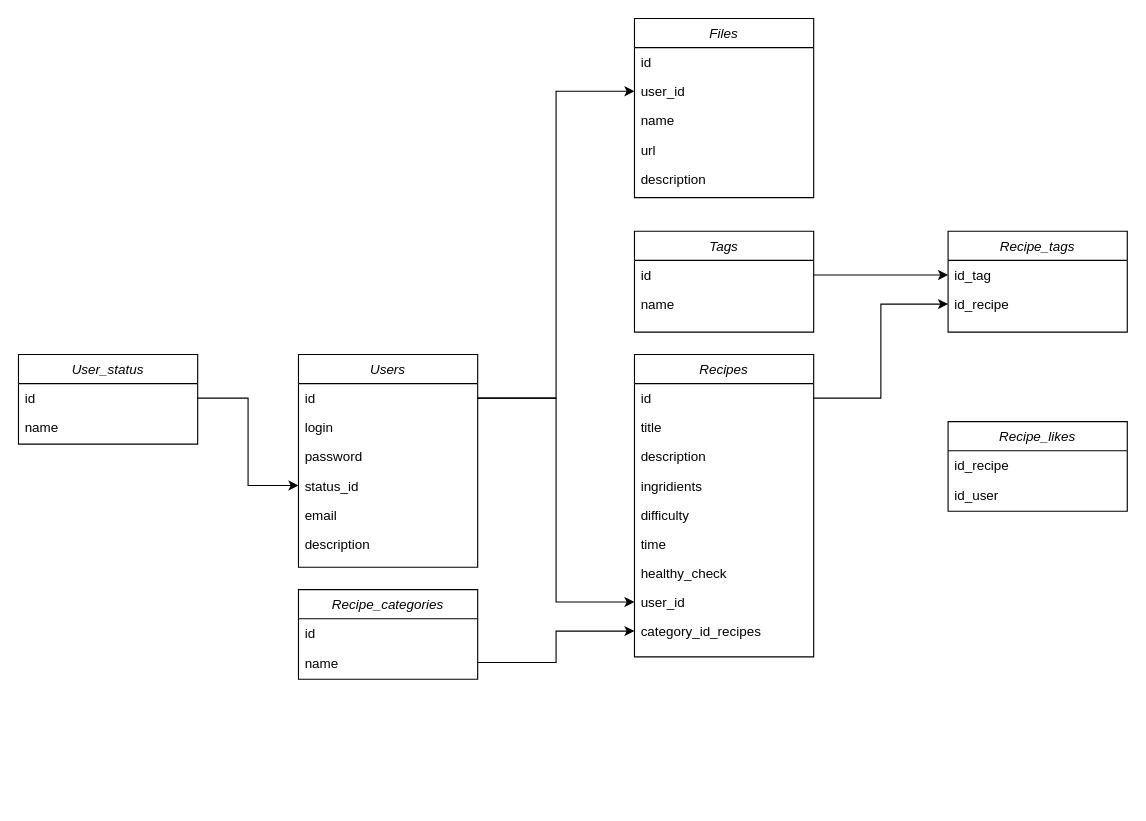
Before: sheet/Lemon.drawio in Unbipentiy/Lemon, a draw.io diagram. Source tidied: cells renumbered, new cells numbered last; positions are measured from the earlier drawing's top-left corner, leaving out a move shared by most shapes. Both pictures are drawn from the tidied source at 112%, with x=0, y=0 at pixel (18, 18).
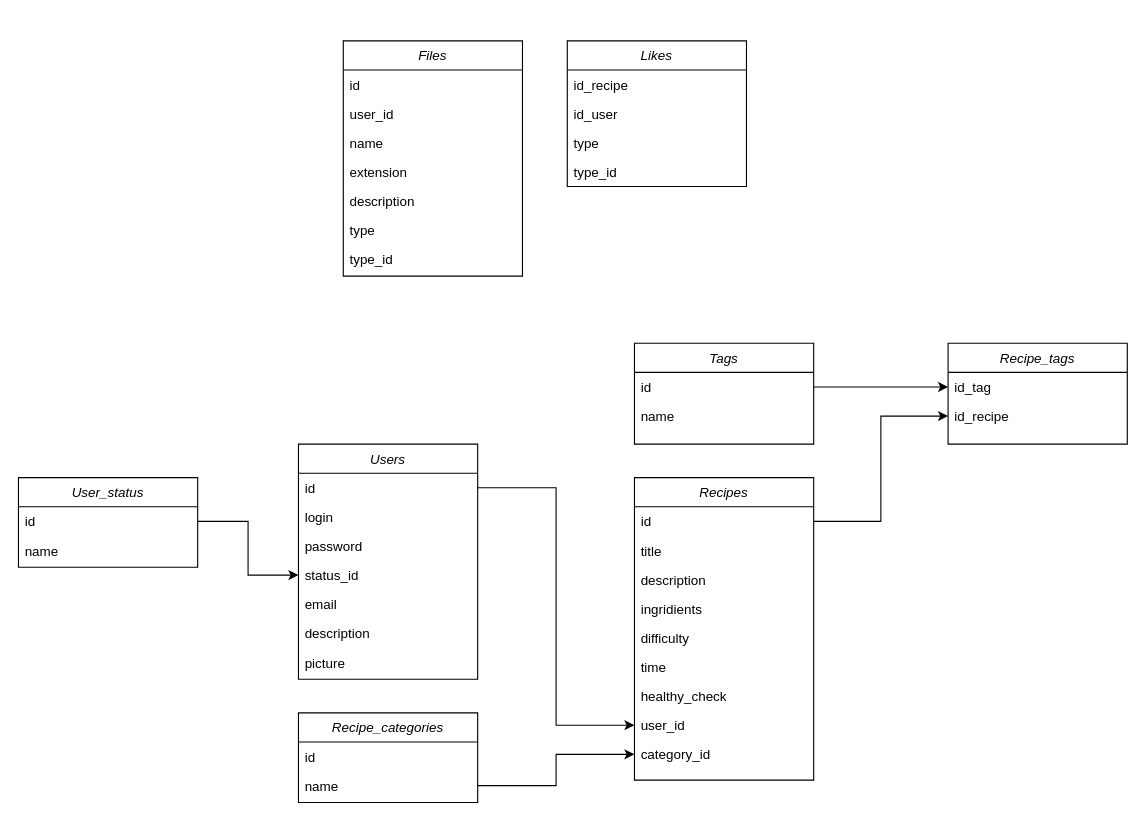
The same page after the edit.

The change refers to these unchanged cells:
```xml
<mxCell id="24" value="id" style="text;align=left;verticalAlign=top;spacingLeft=4;spacingRight=4;overflow=hidden;points=[[0,0.5],[1,0.5]];portConstraint=eastwest;" parent="23" vertex="1">
  <mxGeometry y="26" width="160" height="26" as="geometry" />
</mxCell>
<mxCell id="41" value="user_id" style="text;align=left;verticalAlign=top;spacingLeft=4;spacingRight=4;overflow=hidden;points=[[0,0.5],[1,0.5]];portConstraint=eastwest;rounded=0;shadow=0;html=0;" parent="39" vertex="1">
  <mxGeometry y="52" width="160" height="26" as="geometry" />
</mxCell>
```

What changed in the source:
```diff
@@
     <mxCell id="2" value="Recipes" style="swimlane;fontStyle=2;align=center;verticalAlign=top;horizontal=1;startSize=26;rounded=0;shadow=0;strokeWidth=1;" parent="1" vertex="1">
-      <mxGeometry x="550" y="300" width="160" height="270" as="geometry" />
+      <mxGeometry x="550" y="410" width="160" height="270" as="geometry" />
     </mxCell>
@@
-    <mxCell id="11" value="category_id_recipes" style="text;align=left;verticalAlign=top;spacingLeft=4;spacingRight=4;overflow=hidden;points=[[0,0.5],[1,0.5]];portConstraint=eastwest;rounded=0;shadow=0;html=0;" parent="2" vertex="1">
+    <mxCell id="11" value="category_id" style="text;align=left;verticalAlign=top;spacingLeft=4;spacingRight=4;overflow=hidden;points=[[0,0.5],[1,0.5]];portConstraint=eastwest;rounded=0;shadow=0;html=0;" parent="2" vertex="1">
       <mxGeometry y="234" width="160" height="26" as="geometry" />
     </mxCell>
     <mxCell id="12" value="Recipe_categories" style="swimlane;fontStyle=2;align=center;verticalAlign=top;horizontal=1;startSize=26;rounded=0;shadow=0;strokeWidth=1;" parent="1" vertex="1">
-      <mxGeometry x="250" y="510" width="160" height="80" as="geometry" />
+      <mxGeometry x="250" y="620" width="160" height="80" as="geometry" />
     </mxCell>
@@
     <mxCell id="15" value="Tags" style="swimlane;fontStyle=2;align=center;verticalAlign=top;horizontal=1;startSize=26;rounded=0;shadow=0;strokeWidth=1;" parent="1" vertex="1">
-      <mxGeometry x="550" y="190" width="160" height="90" as="geometry" />
+      <mxGeometry x="550" y="290" width="160" height="90" as="geometry" />
     </mxCell>
@@
     <mxCell id="18" value="Recipe_tags" style="swimlane;fontStyle=2;align=center;verticalAlign=top;horizontal=1;startSize=26;rounded=0;shadow=0;strokeWidth=1;" parent="1" vertex="1">
-      <mxGeometry x="830" y="190" width="160" height="90" as="geometry" />
+      <mxGeometry x="830" y="290" width="160" height="90" as="geometry" />
     </mxCell>
@@
     <mxCell id="23" value="Users" style="swimlane;fontStyle=2;align=center;verticalAlign=top;horizontal=1;startSize=26;rounded=0;shadow=0;strokeWidth=1;" parent="1" vertex="1">
-      <mxGeometry x="250" y="300" width="160" height="190" as="geometry" />
+      <mxGeometry x="250" y="380" width="160" height="210" as="geometry" />
     </mxCell>
@@
+    <mxCell id="46" value="picture" style="text;align=left;verticalAlign=top;spacingLeft=4;spacingRight=4;overflow=hidden;rounded=0;shadow=0;html=0;" parent="23" vertex="1">
+      <mxGeometry y="182" width="160" height="26" as="geometry" />
+    </mxCell>
@@
     <mxCell id="32" value="User_status" style="swimlane;fontStyle=2;align=center;verticalAlign=top;horizontal=1;startSize=26;rounded=0;shadow=0;strokeWidth=1;" parent="1" vertex="1">
-      <mxGeometry y="300" width="160" height="80" as="geometry" />
+      <mxGeometry y="410" width="160" height="80" as="geometry" />
     </mxCell>
@@
-    <mxCell id="36" value="Recipe_likes" style="swimlane;fontStyle=2;align=center;verticalAlign=top;horizontal=1;startSize=26;rounded=0;shadow=0;strokeWidth=1;" parent="1" vertex="1">
-      <mxGeometry x="830" y="360" width="160" height="80" as="geometry" />
+    <mxCell id="36" value="Likes" style="swimlane;fontStyle=2;align=center;verticalAlign=top;horizontal=1;startSize=26;rounded=0;shadow=0;strokeWidth=1;" parent="1" vertex="1">
+      <mxGeometry x="490" y="20" width="160" height="130" as="geometry" />
     </mxCell>
@@
+    <mxCell id="47" value="type" style="text;align=left;verticalAlign=top;spacingLeft=4;spacingRight=4;overflow=hidden;rounded=0;shadow=0;html=0;" parent="36" vertex="1">
+      <mxGeometry y="78" width="160" height="26" as="geometry" />
+    </mxCell>
+    <mxCell id="48" value="type_id" style="text;align=left;verticalAlign=top;spacingLeft=4;spacingRight=4;overflow=hidden;rounded=0;shadow=0;html=0;" parent="36" vertex="1">
+      <mxGeometry y="104" width="160" height="26" as="geometry" />
+    </mxCell>
     <mxCell id="39" value="Files" style="swimlane;fontStyle=2;align=center;verticalAlign=top;horizontal=1;startSize=26;rounded=0;shadow=0;strokeWidth=1;" parent="1" vertex="1">
-      <mxGeometry x="550" width="160" height="160" as="geometry" />
+      <mxGeometry x="290" y="20" width="160" height="210" as="geometry" />
     </mxCell>
@@
-    <mxCell id="43" value="url" style="text;align=left;verticalAlign=top;spacingLeft=4;spacingRight=4;overflow=hidden;rounded=0;shadow=0;html=0;" parent="39" vertex="1">
+    <mxCell id="43" value="extension" style="text;align=left;verticalAlign=top;spacingLeft=4;spacingRight=4;overflow=hidden;rounded=0;shadow=0;html=0;" parent="39" vertex="1">
       <mxGeometry y="104" width="160" height="26" as="geometry" />
     </mxCell>
@@
-    <mxCell id="45" style="edgeStyle=orthogonalEdgeStyle;rounded=0;jettySize=auto;html=1;exitX=1;exitY=0.5;exitDx=0;exitDy=0;entryX=0;entryY=0.5;entryDx=0;entryDy=0;" parent="1" edge="1" source="24" target="41">
-      <mxGeometry relative="1" as="geometry" />
-    </mxCell>
+    <mxCell id="49" value="type" style="text;align=left;verticalAlign=top;spacingLeft=4;spacingRight=4;overflow=hidden;rounded=0;shadow=0;html=0;" parent="39" vertex="1">
+      <mxGeometry y="156" width="160" height="26" as="geometry" />
+    </mxCell>
+    <mxCell id="50" value="type_id" style="text;align=left;verticalAlign=top;spacingLeft=4;spacingRight=4;overflow=hidden;rounded=0;shadow=0;html=0;" parent="39" vertex="1">
+      <mxGeometry y="182" width="160" height="26" as="geometry" />
+    </mxCell>
```
